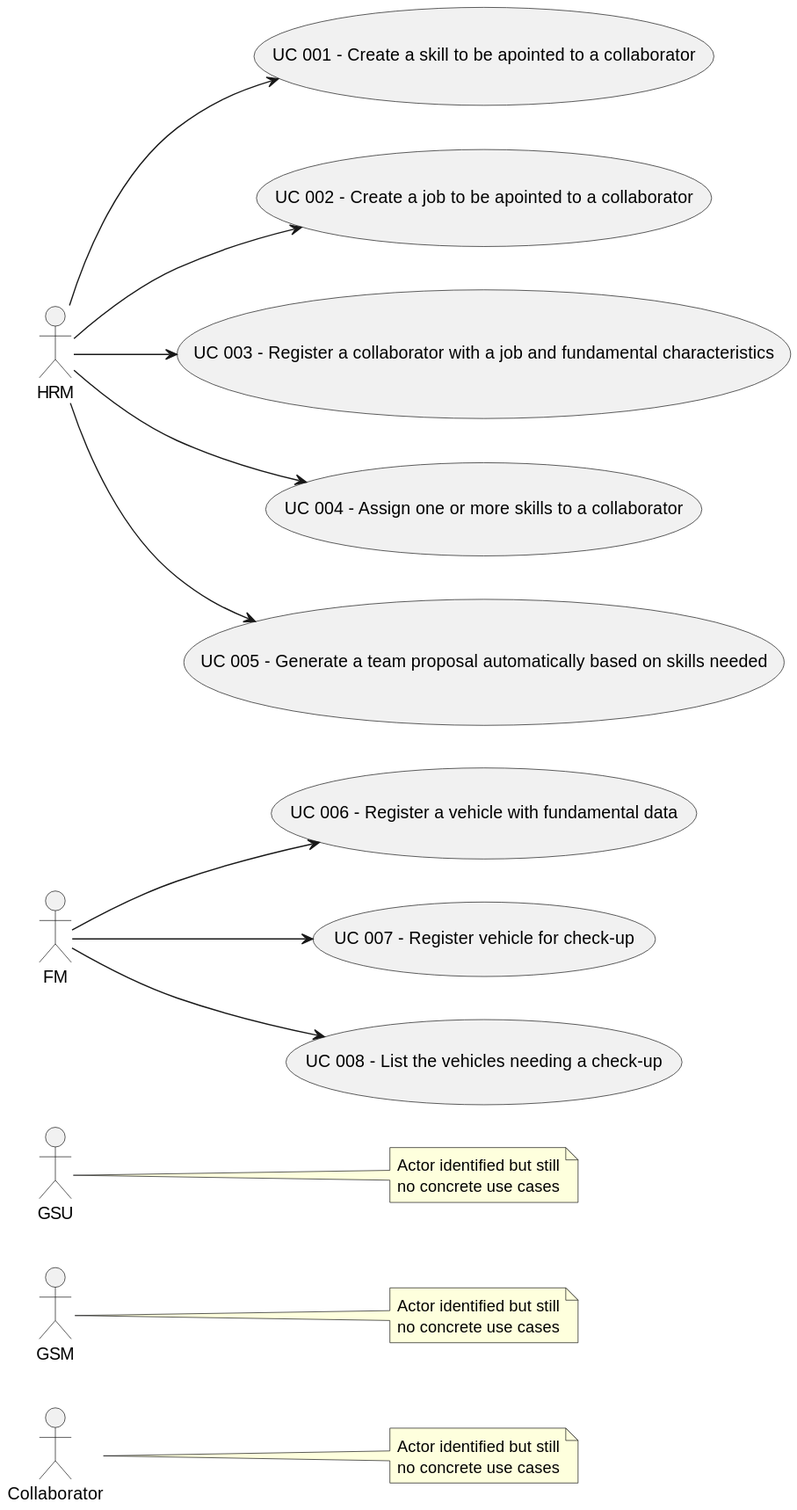
Above: docs/sprintA/global-artifacts/01.requirements-engineering/svg/use-case-diagram.svg in Departamento-de-Engenharia-Informatica/lei-24-s2-1do-g164 (PlantUML), before the change. Its diagram source:
```plantuml
@startuml
skinparam packageStyle rectangle

skinparam rectangle{
    BorderColor yellow
}


left to right direction

    actor Collaborator
    actor GSM
    actor GSU
    note right of GSM
        Actor identified but still
        no concrete use cases
    end note

    note right of Collaborator
        Actor identified but still
        no concrete use cases
    end note

    note right of GSU
            Actor identified but still
            no concrete use cases
    end note



    usecase "UC 006 - Register a vehicle with fundamental data" as UC6
    "FM" --> UC6
    usecase "UC 007 - Register vehicle for check-up" as UC7
    "FM" --> UC7
    usecase "UC 008 - List the vehicles needing a check-up" as UC8
    "FM" --> UC8
    usecase "UC 001 - Create a skill to be apointed to a collaborator" as UC1
    "HRM" --> UC1
    usecase "UC 002 - Create a job to be apointed to a collaborator" as UC2
    "HRM" --> UC2
    usecase "UC 003 - Register a collaborator with a job and fundamental characteristics" as UC3
    "HRM" --> UC3
    usecase "UC 004 - Assign one or more skills to a collaborator" as UC4
    "HRM" --> UC4
    usecase "UC 005 - Generate a team proposal automatically based on skills needed" as UC5
    "HRM" --> UC5
@enduml
```
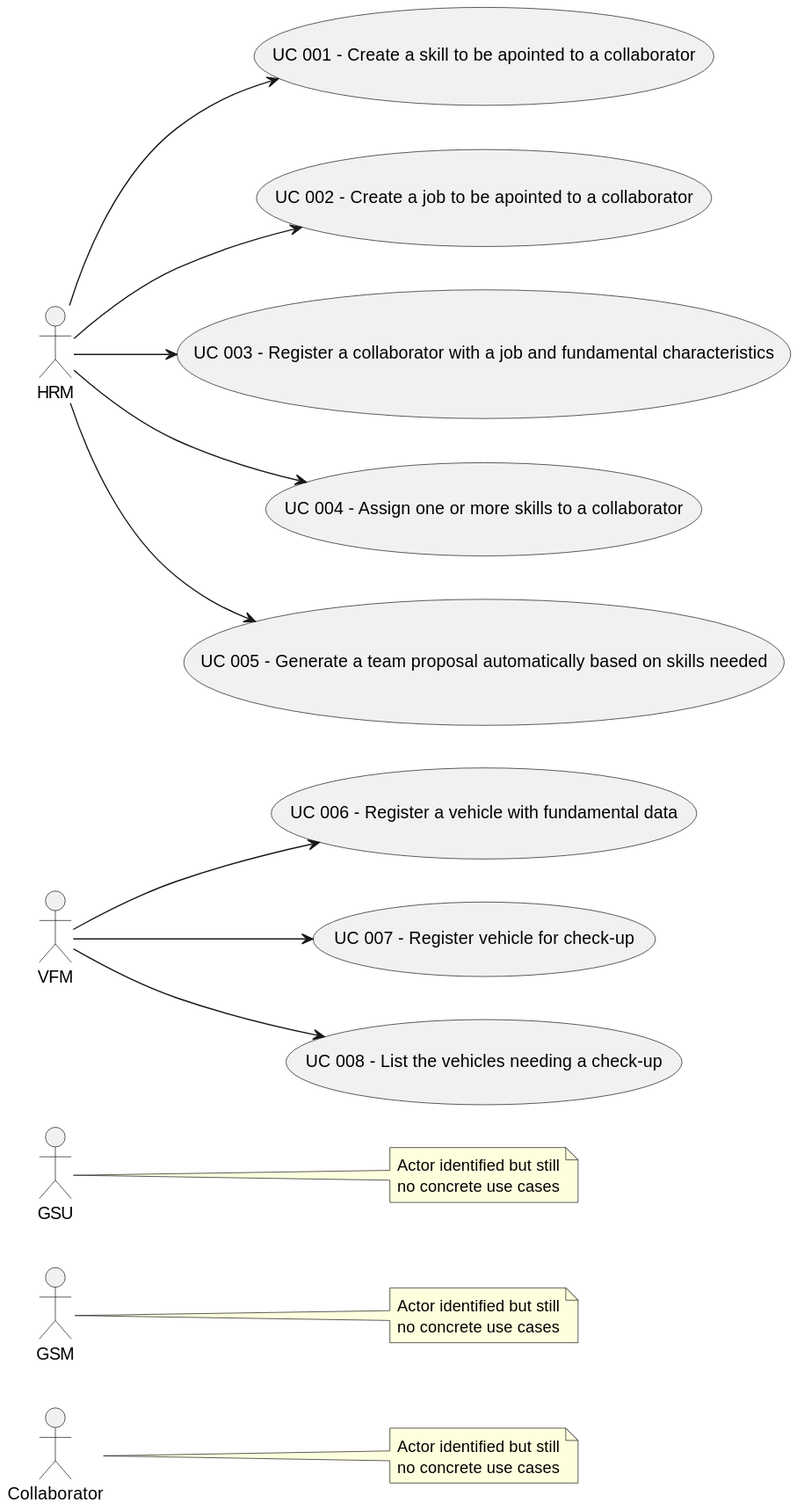
After the change.

Diff of the diagram source:
```diff
@@ -29,11 +29,11 @@
 
 
     usecase "UC 006 - Register a vehicle with fundamental data" as UC6
-    "FM" --> UC6
+    "VFM" --> UC6
     usecase "UC 007 - Register vehicle for check-up" as UC7
-    "FM" --> UC7
+    "VFM" --> UC7
     usecase "UC 008 - List the vehicles needing a check-up" as UC8
-    "FM" --> UC8
+    "VFM" --> UC8
     usecase "UC 001 - Create a skill to be apointed to a collaborator" as UC1
     "HRM" --> UC1
     usecase "UC 002 - Create a job to be apointed to a collaborator" as UC2
```
